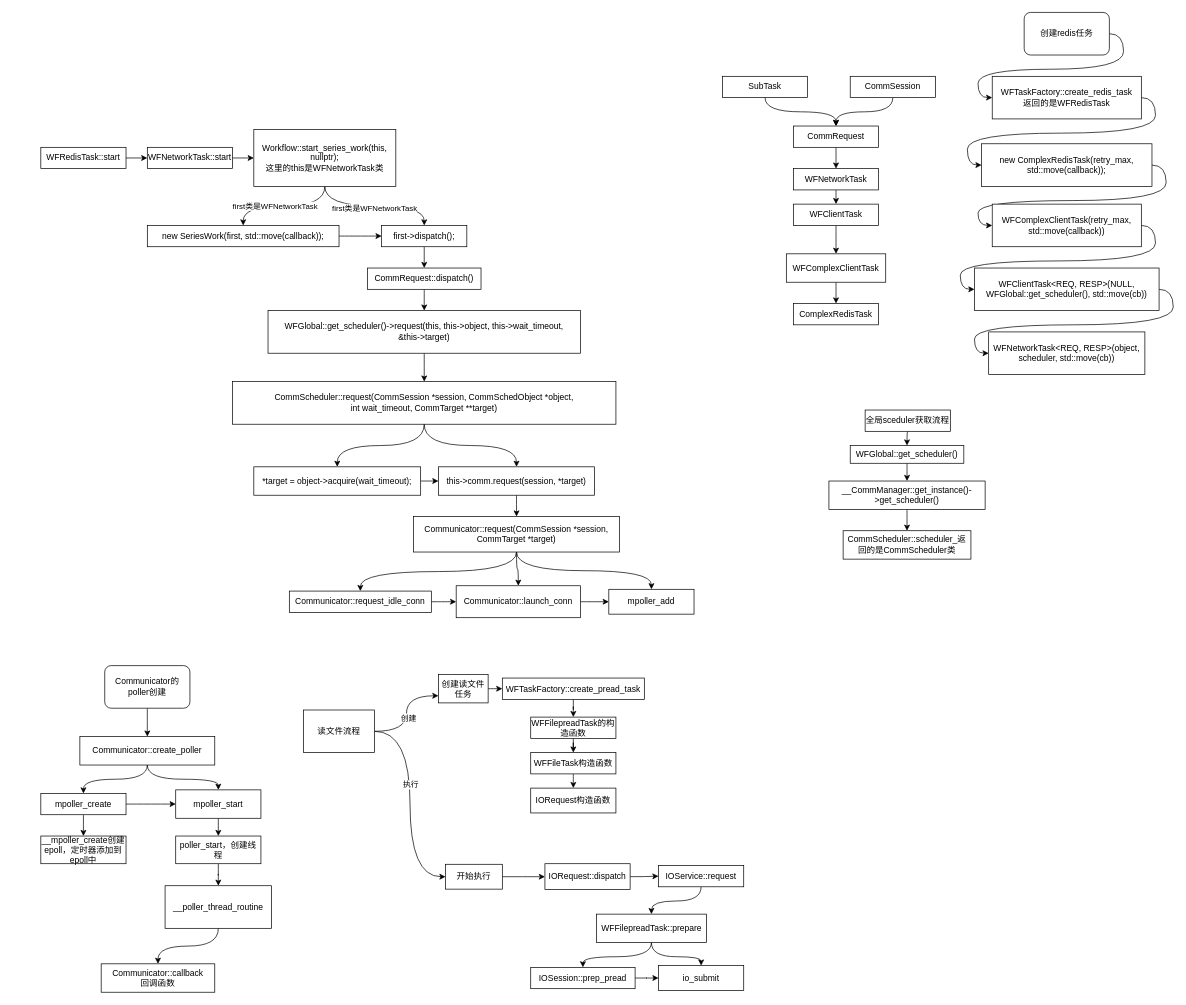
Earlier version of the draw.io diagram workflow.drawio (beijingqiuchang/drawio). Source tidied: cells renumbered, new cells numbered last; positions are measured from the earlier drawing's top-left corner, leaving out a move shared by most shapes. Both pictures are drawn from the tidied source at 71%, with x=0, y=0 at pixel (40, 12).
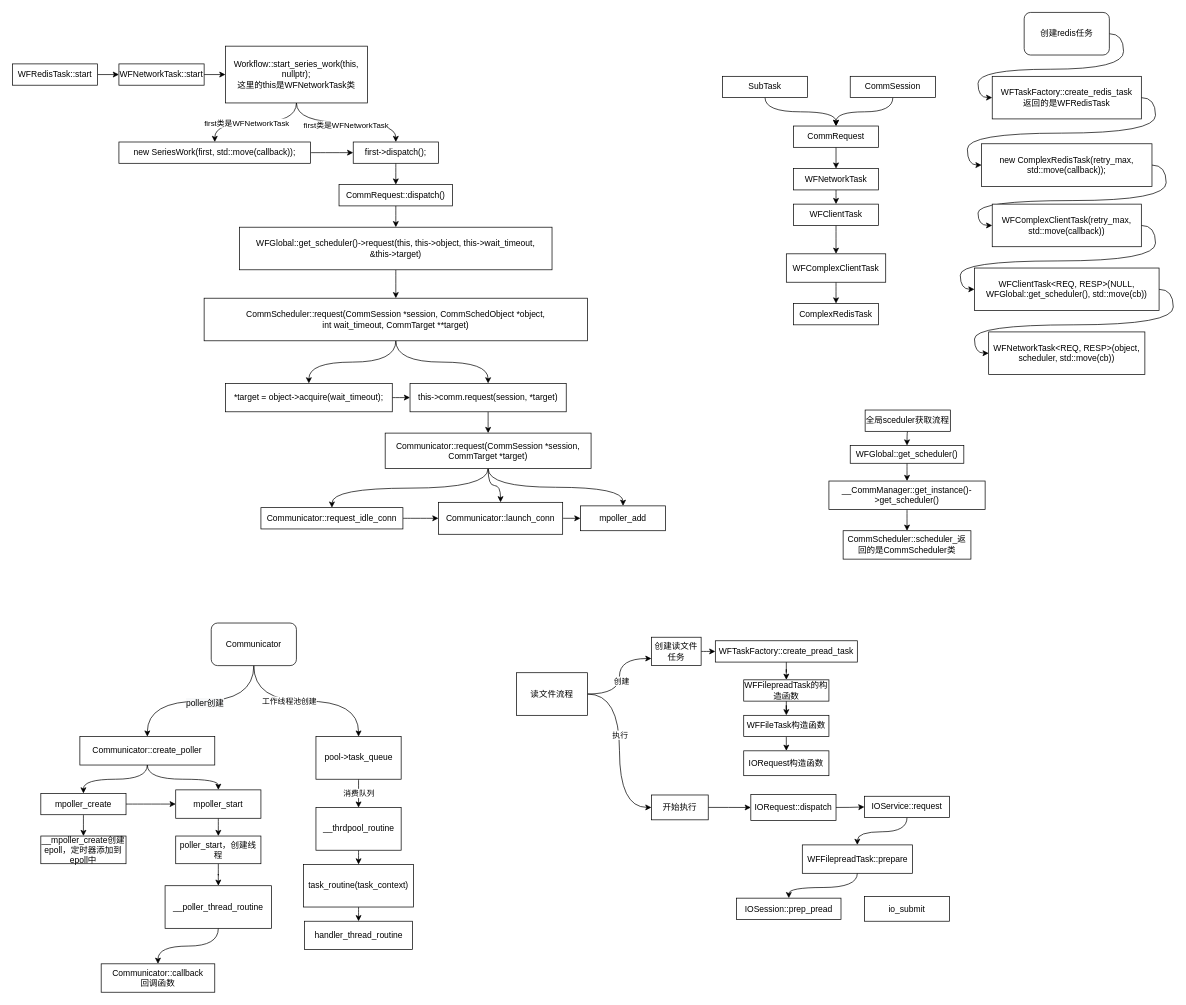
Above is the later version.

The change refers to these unchanged cells:
```xml
<mxCell id="69" style="edgeStyle=orthogonalEdgeStyle;curved=1;rounded=0;jettySize=auto;html=1;exitX=0.5;exitY=1;exitDx=0;exitDy=0;entryX=0.5;entryY=0;entryDx=0;entryDy=0;" parent="1" edge="1" source="70" target="68">
  <mxGeometry relative="1" as="geometry" />
</mxCell>
```

What changed in the source:
```diff
@@
     <mxCell id="3" value="WFRedisTask::start" style="rounded=0;whiteSpace=wrap;html=1;" parent="1" vertex="1">
-      <mxGeometry y="190" width="120" height="30" as="geometry" />
+      <mxGeometry x="-40" y="72.5" width="120" height="30" as="geometry" />
     </mxCell>
@@
     <mxCell id="5" value="WFNetworkTask::start" style="rounded=0;whiteSpace=wrap;html=1;" parent="1" vertex="1">
-      <mxGeometry x="150" y="190" width="120" height="30" as="geometry" />
+      <mxGeometry x="110" y="72.5" width="120" height="30" as="geometry" />
     </mxCell>
@@
     <mxCell id="10" value="Workflow::start_series_work(this, nullptr);&lt;br&gt;这里的this是WFNetworkTask类" style="rounded=0;whiteSpace=wrap;html=1;" parent="1" vertex="1">
-      <mxGeometry x="300" y="165" width="200" height="80" as="geometry" />
+      <mxGeometry x="260" y="47.5" width="200" height="80" as="geometry" />
     </mxCell>
@@
     <mxCell id="20" value="new SeriesWork(first, std::move(callback));" style="rounded=0;whiteSpace=wrap;html=1;" parent="1" vertex="1">
-      <mxGeometry x="150" y="300" width="270" height="30" as="geometry" />
+      <mxGeometry x="110" y="182.5" width="270" height="30" as="geometry" />
     </mxCell>
@@
     <mxCell id="22" value="first-&amp;gt;dispatch();" style="rounded=0;whiteSpace=wrap;html=1;" parent="1" vertex="1">
-      <mxGeometry x="480" y="300" width="120" height="30" as="geometry" />
+      <mxGeometry x="440" y="182.5" width="120" height="30" as="geometry" />
     </mxCell>
@@
     <mxCell id="24" value="CommRequest::dispatch()" style="rounded=0;whiteSpace=wrap;html=1;" parent="1" vertex="1">
-      <mxGeometry x="460" y="360" width="160" height="30" as="geometry" />
+      <mxGeometry x="420" y="242.5" width="160" height="30" as="geometry" />
     </mxCell>
@@
     <mxCell id="40" value="&lt;span&gt;WFGlobal::get_scheduler()-&amp;gt;request(&lt;/span&gt;&lt;span&gt;this, this-&amp;gt;object, this-&amp;gt;wait_timeout,&lt;br&gt;&lt;/span&gt;&lt;span&gt;        &lt;/span&gt;&lt;span&gt; &amp;amp;this-&amp;gt;target&lt;/span&gt;&lt;span&gt;)&lt;/span&gt;" style="rounded=0;whiteSpace=wrap;html=1;" parent="1" vertex="1">
-      <mxGeometry x="320" y="420" width="440" height="60" as="geometry" />
+      <mxGeometry x="280" y="302.5" width="440" height="60" as="geometry" />
     </mxCell>
@@
     <mxCell id="52" value="CommScheduler::&lt;span&gt;request(CommSession *session, CommSchedObject *object,&lt;/span&gt;&lt;div&gt;&lt;span&gt;    &lt;/span&gt;int wait_timeout, CommTarget **target)&lt;/div&gt;" style="rounded=0;whiteSpace=wrap;html=1;" parent="1" vertex="1">
-      <mxGeometry x="270" y="520" width="540" height="60" as="geometry" />
+      <mxGeometry x="230" y="402.5" width="540" height="60" as="geometry" />
     </mxCell>
@@
     <mxCell id="54" value="*target = object-&amp;gt;acquire(wait_timeout);" style="rounded=0;whiteSpace=wrap;html=1;" parent="1" vertex="1">
-      <mxGeometry x="300" y="640" width="235" height="40" as="geometry" />
+      <mxGeometry x="260" y="522.5" width="235" height="40" as="geometry" />
     </mxCell>
@@
     <mxCell id="56" value="this-&amp;gt;comm.request(session, *target)" style="rounded=0;whiteSpace=wrap;html=1;" parent="1" vertex="1">
-      <mxGeometry x="560" y="640" width="220" height="40" as="geometry" />
+      <mxGeometry x="520" y="522.5" width="220" height="40" as="geometry" />
     </mxCell>
@@
+    <mxCell id="59" style="edgeStyle=orthogonalEdgeStyle;curved=1;rounded=0;jettySize=auto;html=1;exitX=0.5;exitY=1;exitDx=0;exitDy=0;entryX=0.5;entryY=0;entryDx=0;entryDy=0;" parent="1" edge="1" source="60" target="65">
+      <mxGeometry relative="1" as="geometry" />
+    </mxCell>
-    <mxCell id="58" style="edgeStyle=orthogonalEdgeStyle;curved=1;rounded=0;jettySize=auto;html=1;exitX=0.5;exitY=1;exitDx=0;exitDy=0;entryX=0.5;entryY=0;entryDx=0;entryDy=0;" parent="1" edge="1" source="60" target="64">
+    <mxCell id="58" style="edgeStyle=orthogonalEdgeStyle;curved=1;rounded=0;jettySize=auto;html=1;exitX=0.5;exitY=1;exitDx=0;exitDy=0;" parent="1" edge="1" source="60" target="64">
       <mxGeometry relative="1" as="geometry" />
     </mxCell>
-    <mxCell id="59" style="edgeStyle=orthogonalEdgeStyle;curved=1;rounded=0;jettySize=auto;html=1;exitX=0.5;exitY=1;exitDx=0;exitDy=0;entryX=0.5;entryY=0;entryDx=0;entryDy=0;" parent="1" edge="1" source="60" target="65">
-      <mxGeometry relative="1" as="geometry" />
-    </mxCell>
     <mxCell id="60" value="Communicator::request(CommSession *session, CommTarget *target)" style="rounded=0;whiteSpace=wrap;html=1;" parent="1" vertex="1">
-      <mxGeometry x="525" y="710" width="290" height="50" as="geometry" />
+      <mxGeometry x="485" y="592.5" width="290" height="50" as="geometry" />
     </mxCell>
-    <mxCell id="61" style="edgeStyle=orthogonalEdgeStyle;curved=1;rounded=0;jettySize=auto;html=1;exitX=1;exitY=0.5;exitDx=0;exitDy=0;" parent="1" edge="1" source="62" target="64">
+    <mxCell id="61" style="edgeStyle=orthogonalEdgeStyle;curved=1;rounded=0;jettySize=auto;html=1;exitX=1;exitY=0.5;exitDx=0;exitDy=0;entryX=0;entryY=0.5;entryDx=0;entryDy=0;" parent="1" edge="1" source="62" target="64">
       <mxGeometry relative="1" as="geometry" />
     </mxCell>
     <mxCell id="62" value="Communicator::request_idle_conn" style="rounded=0;whiteSpace=wrap;html=1;" parent="1" vertex="1">
-      <mxGeometry x="350" y="815" width="200" height="30" as="geometry" />
+      <mxGeometry x="310" y="697.5" width="200" height="30" as="geometry" />
     </mxCell>
@@
     <mxCell id="64" value="Communicator::launch_conn" style="rounded=0;whiteSpace=wrap;html=1;" parent="1" vertex="1">
-      <mxGeometry x="585" y="807.5" width="175" height="45" as="geometry" />
+      <mxGeometry x="560" y="690" width="175" height="45" as="geometry" />
     </mxCell>
     <mxCell id="65" value="mpoller_add" style="rounded=0;whiteSpace=wrap;html=1;" parent="1" vertex="1">
-      <mxGeometry x="800" y="812.5" width="120" height="35" as="geometry" />
+      <mxGeometry x="760" y="695" width="120" height="35" as="geometry" />
     </mxCell>
@@
+    <mxCell id="108" value="&lt;span style=&quot;font-size: 12px ; background-color: rgb(248 , 249 , 250)&quot;&gt;poller创建&lt;/span&gt;" style="edgeLabel;html=1;align=center;verticalAlign=middle;" parent="69" vertex="1">
+      <mxGeometry x="-0.03" y="2" relative="1" as="geometry">
+        <mxPoint x="1" as="offset" />
+      </mxGeometry>
+    </mxCell>
+    <mxCell id="109" style="edgeStyle=orthogonalEdgeStyle;curved=1;rounded=0;jettySize=auto;html=1;exitX=0.5;exitY=1;exitDx=0;exitDy=0;" parent="1" edge="1" source="70" target="114">
+      <mxGeometry relative="1" as="geometry" />
+    </mxCell>
+    <mxCell id="110" value="工作线程池创建" style="edgeLabel;html=1;align=center;verticalAlign=middle;" parent="109" vertex="1">
+      <mxGeometry x="-0.2" y="2" relative="1" as="geometry">
+        <mxPoint y="1" as="offset" />
+      </mxGeometry>
+    </mxCell>
-    <mxCell id="70" value="&lt;span&gt;Communicator的poller创建&lt;/span&gt;" style="rounded=1;whiteSpace=wrap;html=1;" parent="1" vertex="1">
-      <mxGeometry x="90" y="920" width="120" height="60" as="geometry" />
+    <mxCell id="70" value="&lt;span&gt;Communicator&lt;/span&gt;" style="rounded=1;whiteSpace=wrap;html=1;" parent="1" vertex="1">
+      <mxGeometry x="240" y="860" width="120" height="60" as="geometry" />
     </mxCell>
@@
     <mxCell id="83" value="创建读文件任务" style="rounded=0;whiteSpace=wrap;html=1;" parent="1" vertex="1">
-      <mxGeometry x="560" y="932.5" width="70" height="40" as="geometry" />
+      <mxGeometry x="860" y="880" width="70" height="40" as="geometry" />
     </mxCell>
@@
     <mxCell id="85" value="WFTaskFactory::create_pread_task" style="rounded=0;whiteSpace=wrap;html=1;" parent="1" vertex="1">
-      <mxGeometry x="650" y="937.5" width="200" height="30" as="geometry" />
+      <mxGeometry x="950" y="885" width="200" height="30" as="geometry" />
     </mxCell>
@@
     <mxCell id="87" value="WFFilepreadTask的构造函数" style="rounded=0;whiteSpace=wrap;html=1;" parent="1" vertex="1">
-      <mxGeometry x="690" y="992.5" width="120" height="30" as="geometry" />
+      <mxGeometry x="990" y="940" width="120" height="30" as="geometry" />
     </mxCell>
@@
     <mxCell id="89" value="WFFileTask构造函数" style="rounded=0;whiteSpace=wrap;html=1;" parent="1" vertex="1">
-      <mxGeometry x="690" y="1042.5" width="120" height="30" as="geometry" />
+      <mxGeometry x="990" y="990" width="120" height="30" as="geometry" />
     </mxCell>
     <mxCell id="90" value="IORequest构造函数" style="rounded=0;whiteSpace=wrap;html=1;" parent="1" vertex="1">
-      <mxGeometry x="690" y="1092.5" width="120" height="35" as="geometry" />
+      <mxGeometry x="990" y="1040" width="120" height="35" as="geometry" />
     </mxCell>
@@
     <mxCell id="95" value="读文件流程" style="rounded=0;whiteSpace=wrap;html=1;" parent="1" vertex="1">
-      <mxGeometry x="370" y="982.5" width="100" height="60" as="geometry" />
+      <mxGeometry x="670" y="930" width="100" height="60" as="geometry" />
     </mxCell>
@@
     <mxCell id="97" value="开始执行" style="rounded=0;whiteSpace=wrap;html=1;" parent="1" vertex="1">
-      <mxGeometry x="570" y="1199.8" width="80" height="35" as="geometry" />
+      <mxGeometry x="860" y="1102.2" width="80" height="35" as="geometry" />
     </mxCell>
@@
     <mxCell id="99" value="IORequest::dispatch" style="rounded=0;whiteSpace=wrap;html=1;" parent="1" vertex="1">
-      <mxGeometry x="710" y="1199" width="120" height="36.5" as="geometry" />
+      <mxGeometry x="1000" y="1101.5" width="120" height="36.5" as="geometry" />
     </mxCell>
@@
     <mxCell id="101" value="IOService::request" style="rounded=0;whiteSpace=wrap;html=1;" parent="1" vertex="1">
-      <mxGeometry x="870" y="1201.5" width="120" height="30" as="geometry" />
+      <mxGeometry x="1160" y="1104" width="120" height="30" as="geometry" />
     </mxCell>
@@
-    <mxCell id="103" style="edgeStyle=orthogonalEdgeStyle;curved=1;rounded=0;jettySize=auto;html=1;exitX=0.5;exitY=1;exitDx=0;exitDy=0;" parent="1" edge="1" source="104" target="107">
-      <mxGeometry relative="1" as="geometry" />
-    </mxCell>
     <mxCell id="104" value="WFFilepreadTask::prepare" style="rounded=0;whiteSpace=wrap;html=1;" parent="1" vertex="1">
-      <mxGeometry x="782.5" y="1270" width="155" height="40" as="geometry" />
+      <mxGeometry x="1072.5" y="1172.5" width="155" height="40" as="geometry" />
     </mxCell>
-    <mxCell id="105" style="edgeStyle=orthogonalEdgeStyle;curved=1;rounded=0;jettySize=auto;html=1;exitX=1;exitY=0.5;exitDx=0;exitDy=0;" parent="1" edge="1" source="106" target="107">
-      <mxGeometry relative="1" as="geometry" />
-    </mxCell>
     <mxCell id="106" value="IOSession::prep_pread" style="rounded=0;whiteSpace=wrap;html=1;" parent="1" vertex="1">
-      <mxGeometry x="690" y="1345" width="147" height="30" as="geometry" />
+      <mxGeometry x="980" y="1247.5" width="147" height="30" as="geometry" />
     </mxCell>
     <mxCell id="107" value="io_submit" style="rounded=0;whiteSpace=wrap;html=1;" parent="1" vertex="1">
-      <mxGeometry x="870" y="1342.5" width="120" height="35" as="geometry" />
+      <mxGeometry x="1160" y="1245" width="120" height="35" as="geometry" />
     </mxCell>
+    <mxCell id="111" style="edgeStyle=orthogonalEdgeStyle;curved=1;rounded=0;jettySize=auto;html=1;exitX=0.5;exitY=1;exitDx=0;exitDy=0;entryX=0.5;entryY=0;entryDx=0;entryDy=0;" parent="1" edge="1" source="112" target="116">
+      <mxGeometry relative="1" as="geometry" />
+    </mxCell>
+    <mxCell id="112" value="__thrdpool_routine" style="rounded=0;whiteSpace=wrap;html=1;" parent="1" vertex="1">
+      <mxGeometry x="387.5" y="1120" width="120" height="60" as="geometry" />
+    </mxCell>
+    <mxCell id="113" value="消费队列" style="edgeStyle=orthogonalEdgeStyle;curved=1;rounded=0;jettySize=auto;html=1;exitX=0.5;exitY=1;exitDx=0;exitDy=0;entryX=0.5;entryY=0;entryDx=0;entryDy=0;" parent="1" edge="1" source="114" target="112">
+      <mxGeometry relative="1" as="geometry" />
+    </mxCell>
+    <mxCell id="114" value="pool-&amp;gt;task_queue" style="rounded=0;whiteSpace=wrap;html=1;" parent="1" vertex="1">
+      <mxGeometry x="387.5" y="1020" width="120" height="60" as="geometry" />
+    </mxCell>
+    <mxCell id="115" style="edgeStyle=orthogonalEdgeStyle;curved=1;rounded=0;jettySize=auto;html=1;exitX=0.5;exitY=1;exitDx=0;exitDy=0;entryX=0.5;entryY=0;entryDx=0;entryDy=0;" parent="1" edge="1" source="116" target="117">
+      <mxGeometry relative="1" as="geometry" />
+    </mxCell>
+    <mxCell id="116" value="task_routine(task_context)" style="rounded=0;whiteSpace=wrap;html=1;" parent="1" vertex="1">
+      <mxGeometry x="370" y="1200" width="155" height="60" as="geometry" />
+    </mxCell>
+    <mxCell id="117" value="handler_thread_routine" style="rounded=0;whiteSpace=wrap;html=1;" parent="1" vertex="1">
+      <mxGeometry x="371.5" y="1280" width="152" height="40" as="geometry" />
+    </mxCell>
```
